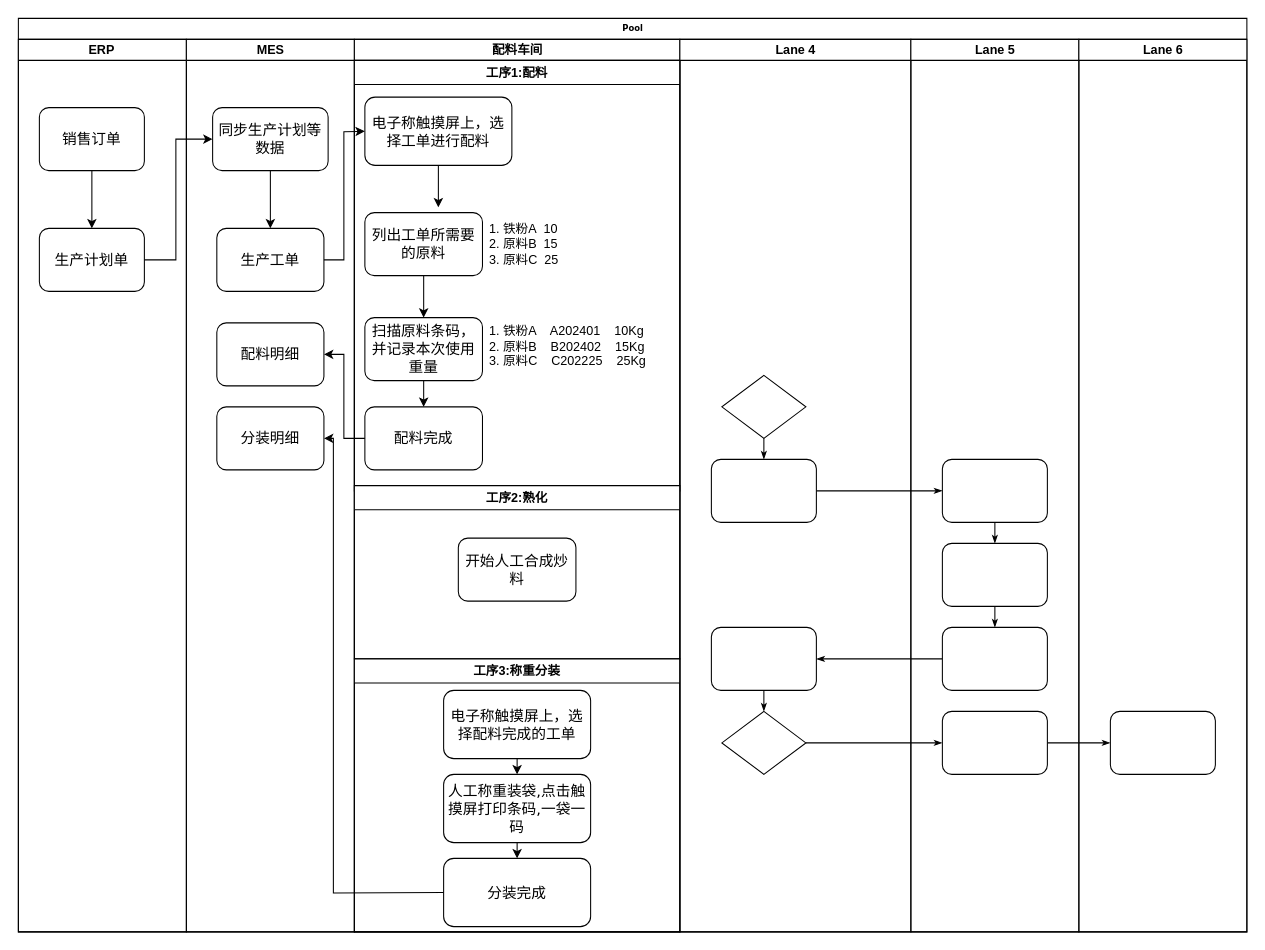
This is data/上尚-配料流程.drawio from chenyanxi/hosts, a draw.io file, before an edit. Source tidied: cells renumbered, new cells numbered last; positions are measured from the earlier drawing's top-left corner, leaving out a move shared by most shapes. Both pictures are drawn from the tidied source at 105%, with x=0, y=0 at pixel (18, 18).
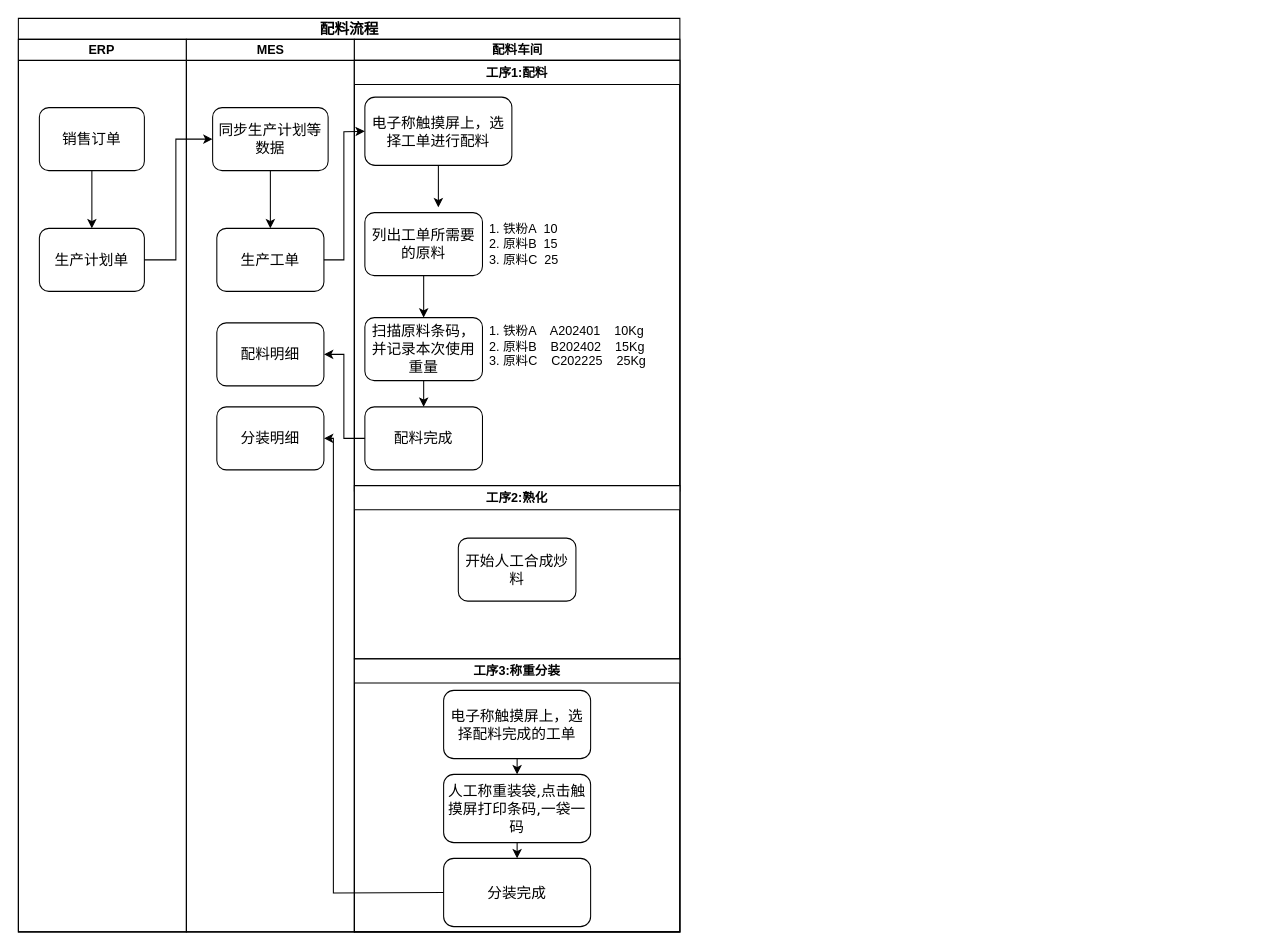
After the change.

Commit message (it also covers changes not shown here):
更新上尚-配料流程.drawio

The edit, as a diff of the source:
```diff
@@
-    <mxCell id="2" value="Pool" style="swimlane;html=1;startSize=20;rounded=0;shadow=0;labelBackgroundColor=none;strokeWidth=1;fontFamily=Verdana;fontSize=8;align=center;" parent="1" vertex="1">
-      <mxGeometry width="1170" height="870" as="geometry" />
+    <mxCell id="2" value="&lt;font style=&quot;font-size: 14px;&quot;&gt;配料流程&lt;/font&gt;" style="swimlane;html=1;startSize=20;rounded=0;shadow=0;labelBackgroundColor=none;strokeWidth=1;fontFamily=Verdana;fontSize=8;align=center;" parent="1" vertex="1">
+      <mxGeometry width="630" height="870" as="geometry" />
     </mxCell>
@@
-    <mxCell id="7" style="edgeStyle=orthogonalEdgeStyle;rounded=1;html=1;labelBackgroundColor=none;startArrow=none;startFill=0;startSize=5;endArrow=classicThin;endFill=1;endSize=5;jettySize=auto;strokeWidth=1;fontFamily=Verdana;fontSize=8;" parent="2" edge="1" source="40" target="47">
-      <mxGeometry relative="1" as="geometry" />
+    <mxCell id="7" style="edgeStyle=orthogonalEdgeStyle;rounded=1;html=1;labelBackgroundColor=none;startArrow=none;startFill=0;startSize=5;endArrow=classicThin;endFill=1;endSize=5;jettySize=auto;orthogonalLoop=1;strokeWidth=1;fontFamily=Verdana;fontSize=8;" parent="2" edge="1">
+      <mxGeometry relative="1" as="geometry">
+        <mxPoint x="750" y="690" as="sourcePoint" />
+      </mxGeometry>
     </mxCell>
-    <mxCell id="8" style="edgeStyle=orthogonalEdgeStyle;rounded=1;html=1;labelBackgroundColor=none;startArrow=none;startFill=0;startSize=5;endArrow=classicThin;endFill=1;endSize=5;jettySize=auto;strokeWidth=1;fontFamily=Verdana;fontSize=8;" parent="2" edge="1" source="47" target="51">
-      <mxGeometry relative="1" as="geometry" />
+    <mxCell id="8" style="edgeStyle=orthogonalEdgeStyle;rounded=1;html=1;labelBackgroundColor=none;startArrow=none;startFill=0;startSize=5;endArrow=classicThin;endFill=1;endSize=5;jettySize=auto;orthogonalLoop=1;strokeWidth=1;fontFamily=Verdana;fontSize=8;" parent="2" edge="1">
+      <mxGeometry relative="1" as="geometry">
+        <mxPoint x="980" y="690" as="sourcePoint" />
+      </mxGeometry>
     </mxCell>
-    <mxCell id="9" style="edgeStyle=orthogonalEdgeStyle;rounded=1;html=1;labelBackgroundColor=none;startArrow=none;startFill=0;startSize=5;endArrow=classicThin;endFill=1;endSize=5;jettySize=auto;strokeWidth=1;fontFamily=Verdana;fontSize=8;" parent="2" edge="1" source="38" target="44">
-      <mxGeometry relative="1" as="geometry" />
+    <mxCell id="9" style="edgeStyle=orthogonalEdgeStyle;rounded=1;html=1;labelBackgroundColor=none;startArrow=none;startFill=0;startSize=5;endArrow=classicThin;endFill=1;endSize=5;jettySize=auto;orthogonalLoop=1;strokeWidth=1;fontFamily=Verdana;fontSize=8;" parent="2" edge="1">
+      <mxGeometry relative="1" as="geometry">
+        <mxPoint x="760" y="450" as="sourcePoint" />
+      </mxGeometry>
     </mxCell>
-    <mxCell id="10" style="edgeStyle=orthogonalEdgeStyle;rounded=1;html=1;labelBackgroundColor=none;startArrow=none;startFill=0;startSize=5;endArrow=classicThin;endFill=1;endSize=5;jettySize=auto;strokeColor=#000000;strokeWidth=1;fontFamily=Verdana;fontSize=8;fontColor=#000000;" parent="2" edge="1" source="46" target="39">
-      <mxGeometry relative="1" as="geometry" />
+    <mxCell id="10" style="edgeStyle=orthogonalEdgeStyle;rounded=1;html=1;labelBackgroundColor=none;startArrow=none;startFill=0;startSize=5;endArrow=classicThin;endFill=1;endSize=5;jettySize=auto;orthogonalLoop=1;strokeColor=#000000;strokeWidth=1;fontFamily=Verdana;fontSize=8;fontColor=#000000;" parent="2" edge="1">
+      <mxGeometry relative="1" as="geometry">
+        <mxPoint x="760" y="610" as="targetPoint" />
+      </mxGeometry>
     </mxCell>
@@
-    <mxCell id="36" value="Lane 4" style="swimlane;html=1;startSize=20;" parent="2" vertex="1">
-      <mxGeometry x="630" y="20" width="220" height="850" as="geometry" />
-    </mxCell>
-    <mxCell id="37" style="rhombus;whiteSpace=wrap;html=1;rounded=0;shadow=0;labelBackgroundColor=none;strokeWidth=1;fontFamily=Verdana;fontSize=8;align=center;" parent="36" vertex="1">
-      <mxGeometry x="40" y="320" width="80" height="60" as="geometry" />
-    </mxCell>
-    <mxCell id="38" style="rounded=1;whiteSpace=wrap;html=1;shadow=0;labelBackgroundColor=none;strokeWidth=1;fontFamily=Verdana;fontSize=8;align=center;" parent="36" vertex="1">
-      <mxGeometry x="30" y="400" width="100" height="60" as="geometry" />
-    </mxCell>
-    <mxCell id="39" style="rounded=1;whiteSpace=wrap;html=1;shadow=0;labelBackgroundColor=none;strokeWidth=1;fontFamily=Verdana;fontSize=8;align=center;" parent="36" vertex="1">
-      <mxGeometry x="30" y="560" width="100" height="60" as="geometry" />
-    </mxCell>
-    <mxCell id="40" style="rhombus;whiteSpace=wrap;html=1;rounded=0;shadow=0;labelBackgroundColor=none;strokeWidth=1;fontFamily=Verdana;fontSize=8;align=center;" parent="36" vertex="1">
-      <mxGeometry x="40" y="640" width="80" height="60" as="geometry" />
-    </mxCell>
-    <mxCell id="41" style="edgeStyle=orthogonalEdgeStyle;rounded=1;html=1;labelBackgroundColor=none;startArrow=none;startFill=0;startSize=5;endArrow=classicThin;endFill=1;endSize=5;jettySize=auto;strokeWidth=1;fontFamily=Verdana;fontSize=8;" parent="36" edge="1" source="37" target="38">
-      <mxGeometry relative="1" as="geometry" />
-    </mxCell>
-    <mxCell id="42" style="edgeStyle=orthogonalEdgeStyle;rounded=1;html=1;labelBackgroundColor=none;startArrow=none;startFill=0;startSize=5;endArrow=classicThin;endFill=1;endSize=5;jettySize=auto;strokeWidth=1;fontFamily=Verdana;fontSize=8;" parent="36" edge="1" source="39" target="40">
-      <mxGeometry relative="1" as="geometry" />
-    </mxCell>
-    <mxCell id="43" value="Lane 5" style="swimlane;html=1;startSize=20;" parent="2" vertex="1">
-      <mxGeometry x="850" y="20" width="160" height="850" as="geometry" />
-    </mxCell>
-    <mxCell id="44" style="rounded=1;whiteSpace=wrap;html=1;shadow=0;labelBackgroundColor=none;strokeWidth=1;fontFamily=Verdana;fontSize=8;align=center;" parent="43" vertex="1">
-      <mxGeometry x="30" y="400" width="100" height="60" as="geometry" />
-    </mxCell>
-    <mxCell id="45" style="rounded=1;whiteSpace=wrap;html=1;shadow=0;labelBackgroundColor=none;strokeWidth=1;fontFamily=Verdana;fontSize=8;align=center;" parent="43" vertex="1">
-      <mxGeometry x="30" y="480" width="100" height="60" as="geometry" />
-    </mxCell>
-    <mxCell id="46" style="rounded=1;whiteSpace=wrap;html=1;shadow=0;labelBackgroundColor=none;strokeWidth=1;fontFamily=Verdana;fontSize=8;align=center;" parent="43" vertex="1">
-      <mxGeometry x="30" y="560" width="100" height="60" as="geometry" />
-    </mxCell>
-    <mxCell id="47" style="rounded=1;whiteSpace=wrap;html=1;shadow=0;labelBackgroundColor=none;strokeWidth=1;fontFamily=Verdana;fontSize=8;align=center;" parent="43" vertex="1">
-      <mxGeometry x="30" y="640" width="100" height="60" as="geometry" />
-    </mxCell>
-    <mxCell id="48" style="edgeStyle=orthogonalEdgeStyle;rounded=1;html=1;labelBackgroundColor=none;startArrow=none;startFill=0;startSize=5;endArrow=classicThin;endFill=1;endSize=5;jettySize=auto;strokeWidth=1;fontFamily=Verdana;fontSize=8;" parent="43" edge="1" source="44" target="45">
-      <mxGeometry relative="1" as="geometry" />
-    </mxCell>
-    <mxCell id="49" style="edgeStyle=orthogonalEdgeStyle;rounded=1;html=1;labelBackgroundColor=none;startArrow=none;startFill=0;startSize=5;endArrow=classicThin;endFill=1;endSize=5;jettySize=auto;strokeWidth=1;fontFamily=Verdana;fontSize=8;" parent="43" edge="1" source="45" target="46">
-      <mxGeometry relative="1" as="geometry" />
-    </mxCell>
-    <mxCell id="50" value="Lane 6" style="swimlane;html=1;startSize=20;" parent="2" vertex="1">
-      <mxGeometry x="1010" y="20" width="160" height="850" as="geometry" />
-    </mxCell>
-    <mxCell id="51" style="rounded=1;whiteSpace=wrap;html=1;shadow=0;labelBackgroundColor=none;strokeWidth=1;fontFamily=Verdana;fontSize=8;align=center;" parent="50" vertex="1">
-      <mxGeometry x="30" y="640" width="100" height="60" as="geometry" />
-    </mxCell>
```
